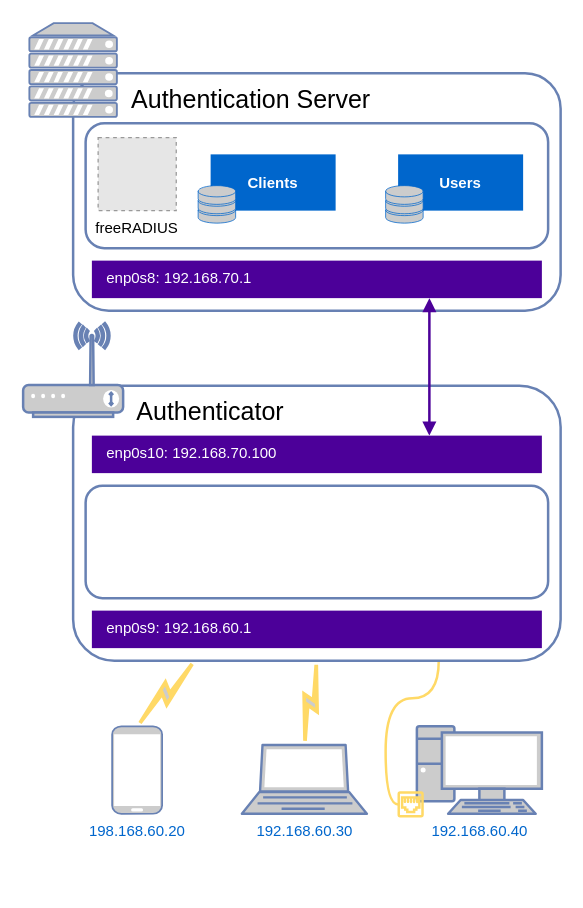
This is page "EAP" (2 of 2) of docs/5G Emulated Network/topology.drawio from davidjosearaujo/dissertation, a draw.io file, before an edit. Source tidied: cells renumbered, new cells numbered last; positions are measured from the earlier drawing's top-left corner, leaving out a move shared by most shapes. Both pictures are drawn from the tidied source at 125%, with x=0, y=0 at pixel (22, 22). Pictures stored in the file or linked from it are replaced by grey dashed boxes.
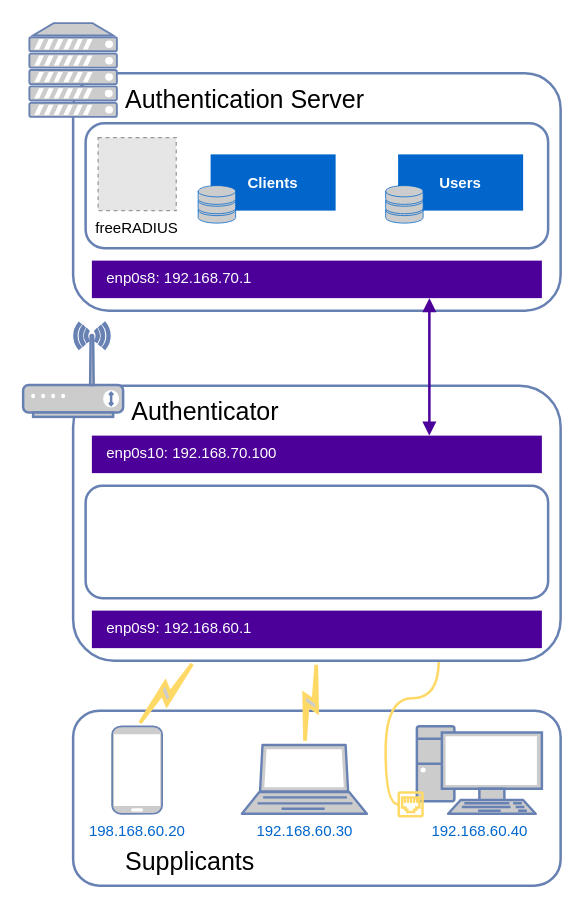
Above is the later version.

What changed in the source:
```diff
@@
+    <mxCell id="26" style="rounded=1;whiteSpace=wrap;html=1;strokeColor=#6881B3;strokeWidth=2;" parent="1" vertex="1">
+      <mxGeometry x="40" y="550" width="390" height="140" as="geometry" />
+    </mxCell>
@@
-    <mxCell id="5" value="Authenticator" style="text;html=1;align=center;verticalAlign=middle;whiteSpace=wrap;rounded=0;fontSize=20;" parent="1" vertex="1">
-      <mxGeometry x="80" y="290" width="140" height="40" as="geometry" />
+    <mxCell id="5" value="Authenticator" style="text;html=1;align=left;verticalAlign=middle;whiteSpace=wrap;rounded=0;fontSize=20;" parent="1" vertex="1">
+      <mxGeometry x="85" y="290" width="140" height="40" as="geometry" />
     </mxCell>
@@
-    <mxCell id="16" value="Authentication Server" style="text;html=1;align=center;verticalAlign=middle;whiteSpace=wrap;rounded=0;fontSize=20;" parent="1" vertex="1">
-      <mxGeometry x="75" y="40" width="215" height="40" as="geometry" />
+    <mxCell id="16" value="Authentication Server" style="text;html=1;align=left;verticalAlign=middle;whiteSpace=wrap;rounded=0;fontSize=20;" parent="1" vertex="1">
+      <mxGeometry x="80" y="40" width="215" height="40" as="geometry" />
     </mxCell>
@@
+    <mxCell id="27" value="Supplicants" style="text;html=1;align=left;verticalAlign=middle;whiteSpace=wrap;rounded=0;fontSize=20;" parent="1" vertex="1">
+      <mxGeometry x="80" y="650" width="140" height="40" as="geometry" />
+    </mxCell>
```
